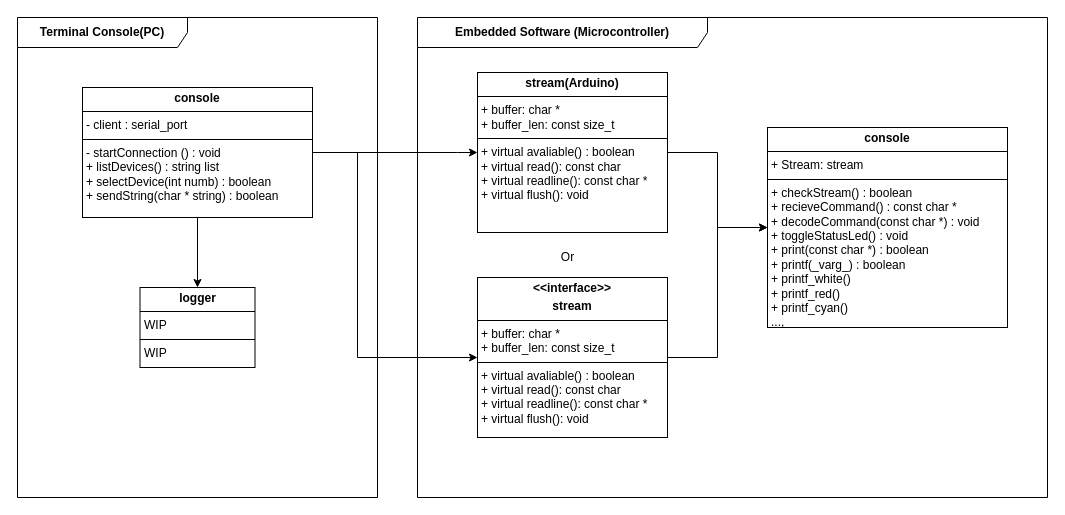
Above: doc/pic/overview_uml.drawio in Flynsky/Embedded_Console (draw.io), before the change. Source tidied: cells renumbered, new cells numbered last; positions are measured from the earlier drawing's top-left corner, leaving out a move shared by most shapes. Both pictures are drawn from the tidied source at 100%, with x=0, y=0 at pixel (17, 17).
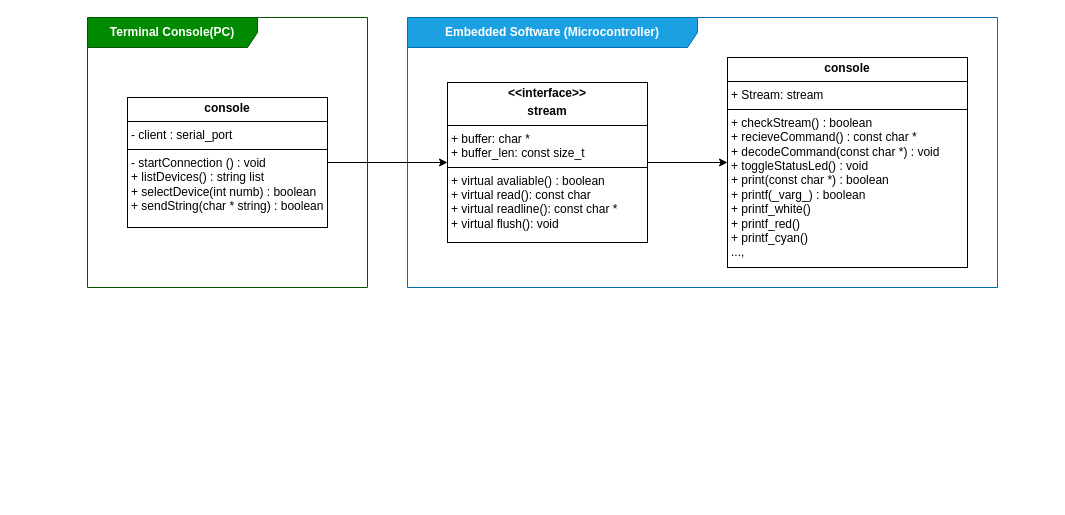
The same diagram, later.

What changed in the source:
```diff
@@
 <mxGraphModel>
   <root>
     <mxCell id="0" />
     <mxCell id="1" parent="0" />
-    <mxCell id="2" value="&lt;span style=&quot;font-weight: 700;&quot;&gt;Embedded Software (Microcontroller)&lt;/span&gt;" style="shape=umlFrame;whiteSpace=wrap;html=1;width=290;height=30;" parent="1" vertex="1">
-      <mxGeometry x="400" width="630" height="480" as="geometry" />
+    <mxCell id="2" value="&lt;span style=&quot;font-weight: 700;&quot;&gt;Embedded Software (Microcontroller)&lt;/span&gt;" style="shape=umlFrame;whiteSpace=wrap;html=1;width=290;height=30;fillColor=#1ba1e2;fontColor=#ffffff;strokeColor=#006EAF;" parent="1" vertex="1">
+      <mxGeometry x="390" width="590" height="270" as="geometry" />
     </mxCell>
     <mxCell id="3" value="&lt;p style=&quot;margin:0px;margin-top:4px;text-align:center;&quot;&gt;&lt;b&gt;console&lt;/b&gt;&lt;/p&gt;&lt;hr size=&quot;1&quot; style=&quot;border-style:solid;&quot;&gt;&lt;p style=&quot;margin:0px;margin-left:4px;&quot;&gt;+ Stream: stream&lt;br&gt;&lt;/p&gt;&lt;hr size=&quot;1&quot; style=&quot;border-style:solid;&quot;&gt;&lt;p style=&quot;margin:0px;margin-left:4px;&quot;&gt;+ checkStream() : boolean&lt;/p&gt;&lt;p style=&quot;margin:0px;margin-left:4px;&quot;&gt;+ recieveCommand() : const char *&lt;/p&gt;&lt;p style=&quot;margin:0px;margin-left:4px;&quot;&gt;+ decodeCommand(const char *) : void&lt;/p&gt;&lt;p style=&quot;margin:0px;margin-left:4px;&quot;&gt;+ toggleStatusLed() : void&lt;/p&gt;&lt;p style=&quot;margin: 0px 0px 0px 4px;&quot;&gt;+ print(const char *) : boolean&lt;/p&gt;&lt;p style=&quot;margin: 0px 0px 0px 4px;&quot;&gt;+ printf(_varg_) : boolean&lt;/p&gt;&lt;p style=&quot;margin: 0px 0px 0px 4px;&quot;&gt;+ printf_white()&lt;/p&gt;&lt;p style=&quot;margin: 0px 0px 0px 4px;&quot;&gt;+ printf_red()&lt;/p&gt;&lt;p style=&quot;margin: 0px 0px 0px 4px;&quot;&gt;+ printf_cyan(&lt;span style=&quot;background-color: transparent; color: light-dark(rgb(0, 0, 0), rgb(255, 255, 255));&quot;&gt;)&lt;/span&gt;&lt;/p&gt;&lt;p style=&quot;margin: 0px 0px 0px 4px;&quot;&gt;&lt;span style=&quot;background-color: transparent; color: light-dark(rgb(0, 0, 0), rgb(255, 255, 255));&quot;&gt;...,&lt;/span&gt;&lt;/p&gt;" style="verticalAlign=top;align=left;overflow=fill;html=1;whiteSpace=wrap;" parent="1" vertex="1">
-      <mxGeometry x="750" y="110" width="240" height="200" as="geometry" />
+      <mxGeometry x="710" y="40" width="240" height="210" as="geometry" />
     </mxCell>
     <mxCell id="4" style="edgeStyle=orthogonalEdgeStyle;rounded=0;jettySize=auto;html=1;" parent="1" edge="1" source="5" target="3">
       <mxGeometry relative="1" as="geometry" />
     </mxCell>
     <mxCell id="5" value="&lt;p style=&quot;margin:0px;margin-top:4px;text-align:center;&quot;&gt;&lt;b&gt;&amp;lt;&amp;lt;interface&amp;gt;&amp;gt;&lt;/b&gt;&lt;/p&gt;&lt;p style=&quot;margin:0px;margin-top:4px;text-align:center;&quot;&gt;&lt;b&gt;stream&lt;/b&gt;&lt;/p&gt;&lt;hr size=&quot;1&quot; style=&quot;border-style:solid;&quot;&gt;&lt;p style=&quot;margin:0px;margin-left:4px;&quot;&gt;+ buffer: char *&lt;br&gt;+ buffer_len: const size_t&lt;/p&gt;&lt;hr size=&quot;1&quot; style=&quot;border-style:solid;&quot;&gt;&lt;p style=&quot;margin:0px;margin-left:4px;&quot;&gt;+ virtual avaliable() : boolean&lt;/p&gt;&lt;p style=&quot;margin:0px;margin-left:4px;&quot;&gt;+ virtual read(): const char&lt;/p&gt;&lt;p style=&quot;margin:0px;margin-left:4px;&quot;&gt;+ virtual readline(): const char *&lt;/p&gt;&lt;p style=&quot;margin:0px;margin-left:4px;&quot;&gt;+ virtual flush(): void&lt;/p&gt;&lt;p style=&quot;margin:0px;margin-left:4px;&quot;&gt;&lt;br&gt;&lt;/p&gt;" style="verticalAlign=top;align=left;overflow=fill;html=1;whiteSpace=wrap;" parent="1" vertex="1">
-      <mxGeometry x="460" y="260" width="190" height="160" as="geometry" />
+      <mxGeometry x="430" y="65" width="200" height="160" as="geometry" />
     </mxCell>
-    <mxCell id="6" style="edgeStyle=orthogonalEdgeStyle;rounded=0;jettySize=auto;html=1;exitX=1;exitY=0.5;exitDx=0;exitDy=0;" parent="1" edge="1" source="7" target="3">
-      <mxGeometry relative="1" as="geometry" />
-    </mxCell>
-    <mxCell id="7" value="&lt;p style=&quot;margin:0px;margin-top:4px;text-align:center;&quot;&gt;&lt;b style=&quot;background-color: transparent; color: light-dark(rgb(0, 0, 0), rgb(255, 255, 255));&quot;&gt;stream(Arduino)&lt;/b&gt;&lt;/p&gt;&lt;hr size=&quot;1&quot; style=&quot;border-style:solid;&quot;&gt;&lt;p style=&quot;margin:0px;margin-left:4px;&quot;&gt;+ buffer: char *&lt;br&gt;+ buffer_len: const size_t&lt;/p&gt;&lt;hr size=&quot;1&quot; style=&quot;border-style:solid;&quot;&gt;&lt;p style=&quot;margin:0px;margin-left:4px;&quot;&gt;+ virtual avaliable() : boolean&lt;/p&gt;&lt;p style=&quot;margin:0px;margin-left:4px;&quot;&gt;+ virtual read(): const char&lt;/p&gt;&lt;p style=&quot;margin:0px;margin-left:4px;&quot;&gt;+ virtual readline(): const char *&lt;/p&gt;&lt;p style=&quot;margin:0px;margin-left:4px;&quot;&gt;+ virtual flush(): void&lt;/p&gt;&lt;p style=&quot;margin:0px;margin-left:4px;&quot;&gt;&lt;br&gt;&lt;/p&gt;" style="verticalAlign=top;align=left;overflow=fill;html=1;whiteSpace=wrap;" parent="1" vertex="1">
-      <mxGeometry x="460" y="55" width="190" height="160" as="geometry" />
-    </mxCell>
-    <mxCell id="8" value="&lt;span style=&quot;font-weight: 700;&quot;&gt;Terminal Console(PC)&lt;/span&gt;" style="shape=umlFrame;whiteSpace=wrap;html=1;width=170;height=30;" parent="1" vertex="1">
-      <mxGeometry width="360" height="480" as="geometry" />
+    <mxCell id="8" value="&lt;span style=&quot;font-weight: 700;&quot;&gt;Terminal Console(PC)&lt;/span&gt;" style="shape=umlFrame;whiteSpace=wrap;html=1;width=170;height=30;fillColor=#008a00;fontColor=#ffffff;strokeColor=#005700;" parent="1" vertex="1">
+      <mxGeometry x="70" width="280" height="270" as="geometry" />
     </mxCell>
-    <mxCell id="9" style="edgeStyle=orthogonalEdgeStyle;rounded=0;jettySize=auto;html=1;entryX=0;entryY=0.5;entryDx=0;entryDy=0;" parent="1" edge="1" source="12" target="7">
-      <mxGeometry relative="1" as="geometry">
-        <Array as="points">
-          <mxPoint x="440" y="135" />
-          <mxPoint x="440" y="135" />
-        </Array>
-      </mxGeometry>
-    </mxCell>
     <mxCell id="10" style="edgeStyle=orthogonalEdgeStyle;rounded=0;jettySize=auto;html=1;entryX=0;entryY=0.5;entryDx=0;entryDy=0;" parent="1" edge="1" source="12" target="5">
-      <mxGeometry relative="1" as="geometry">
-        <Array as="points">
-          <mxPoint x="340" y="135" />
-          <mxPoint x="340" y="340" />
-        </Array>
-      </mxGeometry>
+      <mxGeometry relative="1" as="geometry" />
     </mxCell>
-    <mxCell id="11" style="edgeStyle=orthogonalEdgeStyle;rounded=0;jettySize=auto;html=1;" parent="1" edge="1" source="12" target="13">
-      <mxGeometry relative="1" as="geometry" />
-    </mxCell>
     <mxCell id="12" value="&lt;p style=&quot;margin:0px;margin-top:4px;text-align:center;&quot;&gt;&lt;b&gt;console&lt;/b&gt;&lt;/p&gt;&lt;hr size=&quot;1&quot; style=&quot;border-style:solid;&quot;&gt;&lt;p style=&quot;margin:0px;margin-left:4px;&quot;&gt;- client : serial_port&lt;br&gt;&lt;/p&gt;&lt;hr size=&quot;1&quot; style=&quot;border-style:solid;&quot;&gt;&lt;p style=&quot;margin:0px;margin-left:4px;&quot;&gt;- startConnection () : void&lt;/p&gt;&lt;p style=&quot;margin:0px;margin-left:4px;&quot;&gt;+ listDevices() : string list&lt;/p&gt;&lt;p style=&quot;margin:0px;margin-left:4px;&quot;&gt;+ selectDevice(int numb) : boolean&lt;/p&gt;&lt;p style=&quot;margin:0px;margin-left:4px;&quot;&gt;+ sendString(char * string) : boolean&lt;/p&gt;&lt;p style=&quot;margin:0px;margin-left:4px;&quot;&gt;&lt;br&gt;&lt;/p&gt;" style="verticalAlign=top;align=left;overflow=fill;html=1;whiteSpace=wrap;" parent="1" vertex="1">
-      <mxGeometry x="65" y="70" width="230" height="130" as="geometry" />
+      <mxGeometry x="110" y="80" width="200" height="130" as="geometry" />
     </mxCell>
-    <mxCell id="13" value="&lt;p style=&quot;margin:0px;margin-top:4px;text-align:center;&quot;&gt;&lt;b&gt;logger&lt;/b&gt;&lt;/p&gt;&lt;hr size=&quot;1&quot; style=&quot;border-style:solid;&quot;&gt;&lt;p style=&quot;margin:0px;margin-left:4px;&quot;&gt;WIP&lt;/p&gt;&lt;hr size=&quot;1&quot; style=&quot;border-style:solid;&quot;&gt;&lt;p style=&quot;margin:0px;margin-left:4px;&quot;&gt;WIP&lt;/p&gt;&lt;p style=&quot;margin:0px;margin-left:4px;&quot;&gt;&lt;br&gt;&lt;/p&gt;" style="verticalAlign=top;align=left;overflow=fill;html=1;whiteSpace=wrap;" parent="1" vertex="1">
-      <mxGeometry x="122.5" y="270" width="115" height="80" as="geometry" />
-    </mxCell>
-    <mxCell id="14" value="Or" style="text;html=1;align=center;verticalAlign=middle;strokeColor=none;fillColor=none;" parent="1" vertex="1">
-      <mxGeometry x="530" y="225" width="40" height="30" as="geometry" />
-    </mxCell>
   </root>
 </mxGraphModel>
```
